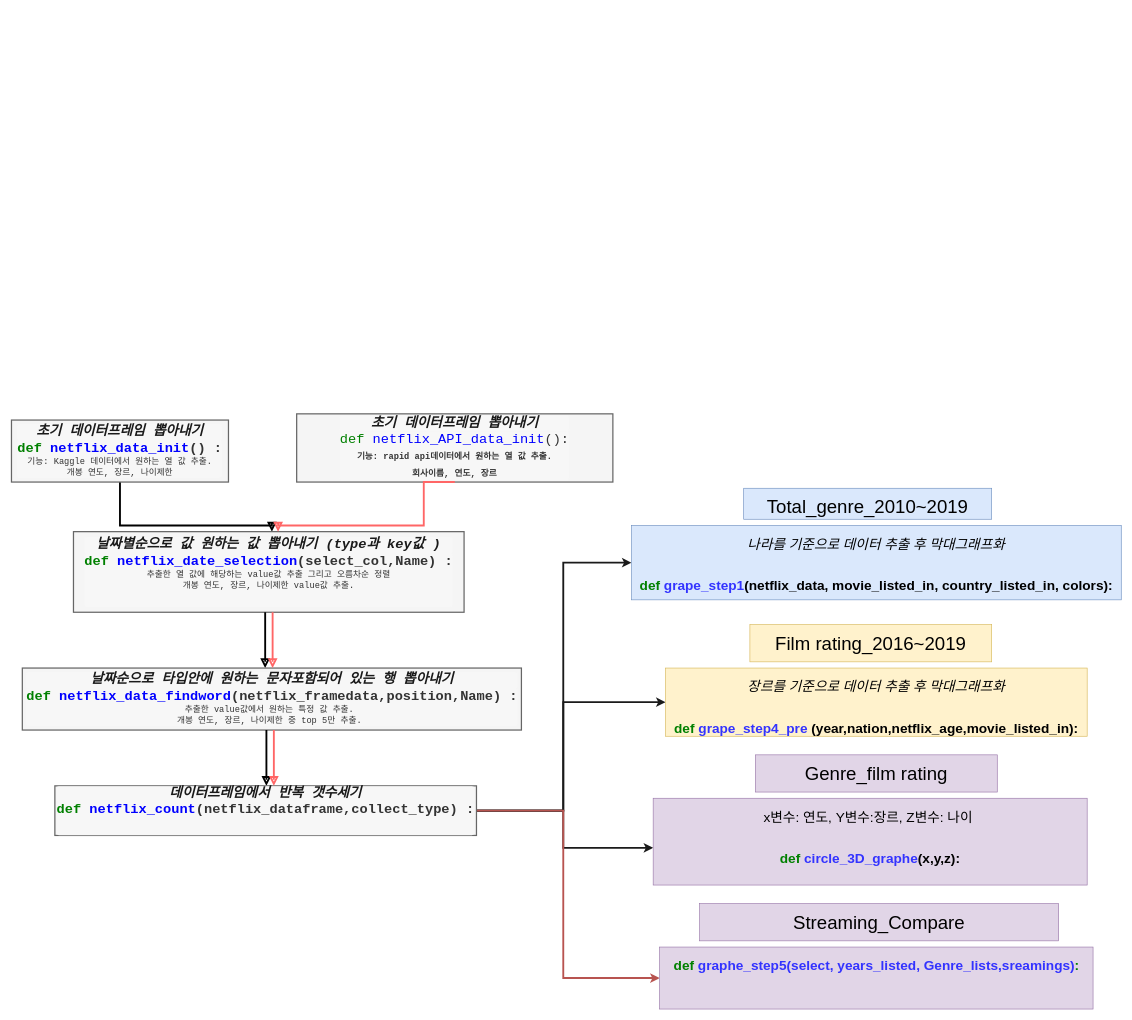
This is netflix_mini_poject.drawio from kimsk920825/daily_commit, a draw.io file, before an edit. Source tidied: cells renumbered, new cells numbered last; positions are measured from the earlier drawing's top-left corner, leaving out a move shared by most shapes. Both pictures are drawn from the tidied source at 62%, with x=0, y=0 at pixel (11, 414).
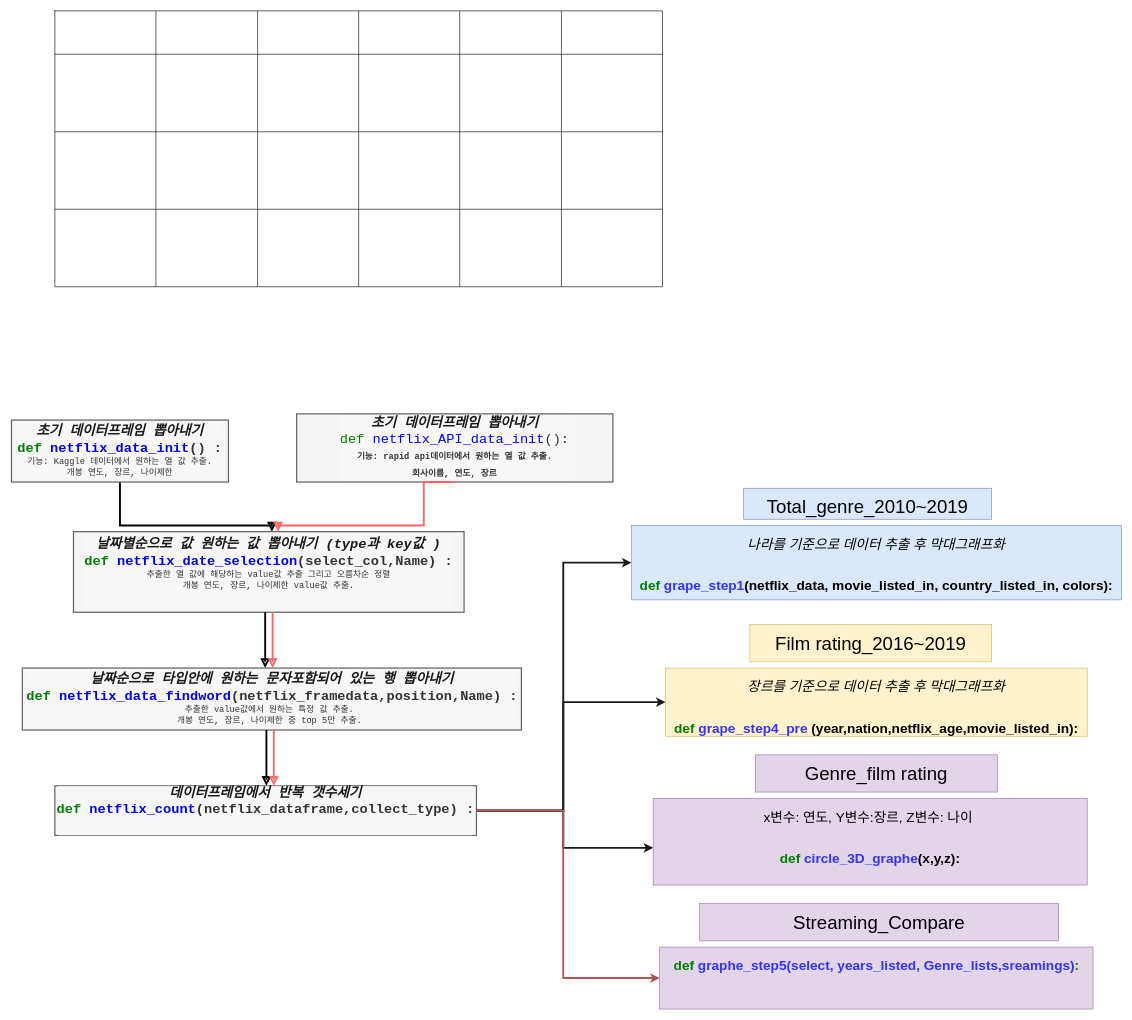
The same page after the edit.

The edit, as a diff of the source:
```diff
@@
+    <mxCell id="26" style="shape=table;html=1;whiteSpace=wrap;startSize=0;childLayout=tableLayout;" parent="1" vertex="1">
+      <mxGeometry x="70" y="-650" width="980" height="445" as="geometry" />
+    </mxCell>
+    <mxCell id="27" style="shape=partialRectangle;html=1;whiteSpace=wrap;fillColor=none;top=0;left=0;bottom=0;right=0;" parent="26" vertex="1">
+      <mxGeometry width="980" height="70" as="geometry" />
+    </mxCell>
+    <mxCell id="28" style="shape=partialRectangle;html=1;whiteSpace=wrap;overflow=hidden;fillColor=none;top=0;left=0;bottom=0;right=0;" parent="27" vertex="1">
+      <mxGeometry width="163" height="70" as="geometry" />
+    </mxCell>
+    <mxCell id="29" style="shape=partialRectangle;html=1;whiteSpace=wrap;overflow=hidden;fillColor=none;top=0;left=0;bottom=0;right=0;" parent="27" vertex="1">
+      <mxGeometry x="163" width="164" height="70" as="geometry" />
+    </mxCell>
+    <mxCell id="30" style="shape=partialRectangle;html=1;whiteSpace=wrap;overflow=hidden;fillColor=none;top=0;left=0;bottom=0;right=0;" parent="27" vertex="1">
+      <mxGeometry x="327" width="163" height="70" as="geometry" />
+    </mxCell>
+    <mxCell id="31" style="shape=partialRectangle;html=1;whiteSpace=wrap;overflow=hidden;fillColor=none;top=0;left=0;bottom=0;right=0;" parent="27" vertex="1">
+      <mxGeometry x="490" width="163" height="70" as="geometry" />
+    </mxCell>
+    <mxCell id="32" style="shape=partialRectangle;html=1;whiteSpace=wrap;overflow=hidden;fillColor=none;top=0;left=0;bottom=0;right=0;" parent="27" vertex="1">
+      <mxGeometry x="653" width="164" height="70" as="geometry" />
+    </mxCell>
+    <mxCell id="33" style="shape=partialRectangle;html=1;whiteSpace=wrap;overflow=hidden;fillColor=none;top=0;left=0;bottom=0;right=0;" parent="27" vertex="1">
+      <mxGeometry x="817" width="163" height="70" as="geometry" />
+    </mxCell>
+    <mxCell id="34" style="shape=partialRectangle;html=1;whiteSpace=wrap;fillColor=none;top=0;left=0;bottom=0;right=0;" parent="26" vertex="1">
+      <mxGeometry y="70" width="980" height="125" as="geometry" />
+    </mxCell>
+    <mxCell id="35" style="shape=partialRectangle;html=1;whiteSpace=wrap;overflow=hidden;fillColor=none;top=0;left=0;bottom=0;right=0;" parent="34" vertex="1">
+      <mxGeometry width="163" height="125" as="geometry" />
+    </mxCell>
+    <mxCell id="36" style="shape=partialRectangle;html=1;whiteSpace=wrap;overflow=hidden;fillColor=none;top=0;left=0;bottom=0;right=0;" parent="34" vertex="1">
+      <mxGeometry x="163" width="164" height="125" as="geometry" />
+    </mxCell>
+    <mxCell id="37" style="shape=partialRectangle;html=1;whiteSpace=wrap;overflow=hidden;fillColor=none;top=0;left=0;bottom=0;right=0;" parent="34" vertex="1">
+      <mxGeometry x="327" width="163" height="125" as="geometry" />
+    </mxCell>
+    <mxCell id="38" style="shape=partialRectangle;html=1;whiteSpace=wrap;overflow=hidden;fillColor=none;top=0;left=0;bottom=0;right=0;" parent="34" vertex="1">
+      <mxGeometry x="490" width="163" height="125" as="geometry" />
+    </mxCell>
+    <mxCell id="39" style="shape=partialRectangle;html=1;whiteSpace=wrap;overflow=hidden;fillColor=none;top=0;left=0;bottom=0;right=0;" parent="34" vertex="1">
+      <mxGeometry x="653" width="164" height="125" as="geometry" />
+    </mxCell>
+    <mxCell id="40" style="shape=partialRectangle;html=1;whiteSpace=wrap;overflow=hidden;fillColor=none;top=0;left=0;bottom=0;right=0;" parent="34" vertex="1">
+      <mxGeometry x="817" width="163" height="125" as="geometry" />
+    </mxCell>
+    <mxCell id="41" style="shape=partialRectangle;html=1;whiteSpace=wrap;fillColor=none;top=0;left=0;bottom=0;right=0;" parent="26" vertex="1">
+      <mxGeometry y="195" width="980" height="125" as="geometry" />
+    </mxCell>
+    <mxCell id="42" style="shape=partialRectangle;html=1;whiteSpace=wrap;overflow=hidden;fillColor=none;top=0;left=0;bottom=0;right=0;" parent="41" vertex="1">
+      <mxGeometry width="163" height="125" as="geometry" />
+    </mxCell>
+    <mxCell id="43" style="shape=partialRectangle;html=1;whiteSpace=wrap;overflow=hidden;fillColor=none;top=0;left=0;bottom=0;right=0;" parent="41" vertex="1">
+      <mxGeometry x="163" width="164" height="125" as="geometry" />
+    </mxCell>
+    <mxCell id="44" style="shape=partialRectangle;html=1;whiteSpace=wrap;overflow=hidden;fillColor=none;top=0;left=0;bottom=0;right=0;" parent="41" vertex="1">
+      <mxGeometry x="327" width="163" height="125" as="geometry" />
+    </mxCell>
+    <mxCell id="45" style="shape=partialRectangle;html=1;whiteSpace=wrap;overflow=hidden;fillColor=none;top=0;left=0;bottom=0;right=0;" parent="41" vertex="1">
+      <mxGeometry x="490" width="163" height="125" as="geometry" />
+    </mxCell>
+    <mxCell id="46" style="shape=partialRectangle;html=1;whiteSpace=wrap;overflow=hidden;fillColor=none;top=0;left=0;bottom=0;right=0;" parent="41" vertex="1">
+      <mxGeometry x="653" width="164" height="125" as="geometry" />
+    </mxCell>
+    <mxCell id="47" style="shape=partialRectangle;html=1;whiteSpace=wrap;overflow=hidden;fillColor=none;top=0;left=0;bottom=0;right=0;" parent="41" vertex="1">
+      <mxGeometry x="817" width="163" height="125" as="geometry" />
+    </mxCell>
+    <mxCell id="48" style="shape=partialRectangle;html=1;whiteSpace=wrap;fillColor=none;top=0;left=0;bottom=0;right=0;" parent="26" vertex="1">
+      <mxGeometry y="320" width="980" height="125" as="geometry" />
+    </mxCell>
+    <mxCell id="49" style="shape=partialRectangle;html=1;whiteSpace=wrap;overflow=hidden;fillColor=none;top=0;left=0;bottom=0;right=0;" parent="48" vertex="1">
+      <mxGeometry width="163" height="125" as="geometry" />
+    </mxCell>
+    <mxCell id="50" style="shape=partialRectangle;html=1;whiteSpace=wrap;overflow=hidden;fillColor=none;top=0;left=0;bottom=0;right=0;" parent="48" vertex="1">
+      <mxGeometry x="163" width="164" height="125" as="geometry" />
+    </mxCell>
+    <mxCell id="51" style="shape=partialRectangle;html=1;whiteSpace=wrap;overflow=hidden;fillColor=none;top=0;left=0;bottom=0;right=0;" parent="48" vertex="1">
+      <mxGeometry x="327" width="163" height="125" as="geometry" />
+    </mxCell>
+    <mxCell id="52" style="shape=partialRectangle;html=1;whiteSpace=wrap;overflow=hidden;fillColor=none;top=0;left=0;bottom=0;right=0;" parent="48" vertex="1">
+      <mxGeometry x="490" width="163" height="125" as="geometry" />
+    </mxCell>
+    <mxCell id="53" style="shape=partialRectangle;html=1;whiteSpace=wrap;overflow=hidden;fillColor=none;top=0;left=0;bottom=0;right=0;" parent="48" vertex="1">
+      <mxGeometry x="653" width="164" height="125" as="geometry" />
+    </mxCell>
+    <mxCell id="54" style="shape=partialRectangle;html=1;whiteSpace=wrap;overflow=hidden;fillColor=none;top=0;left=0;bottom=0;right=0;" parent="48" vertex="1">
+      <mxGeometry x="817" width="163" height="125" as="geometry" />
+    </mxCell>
```
